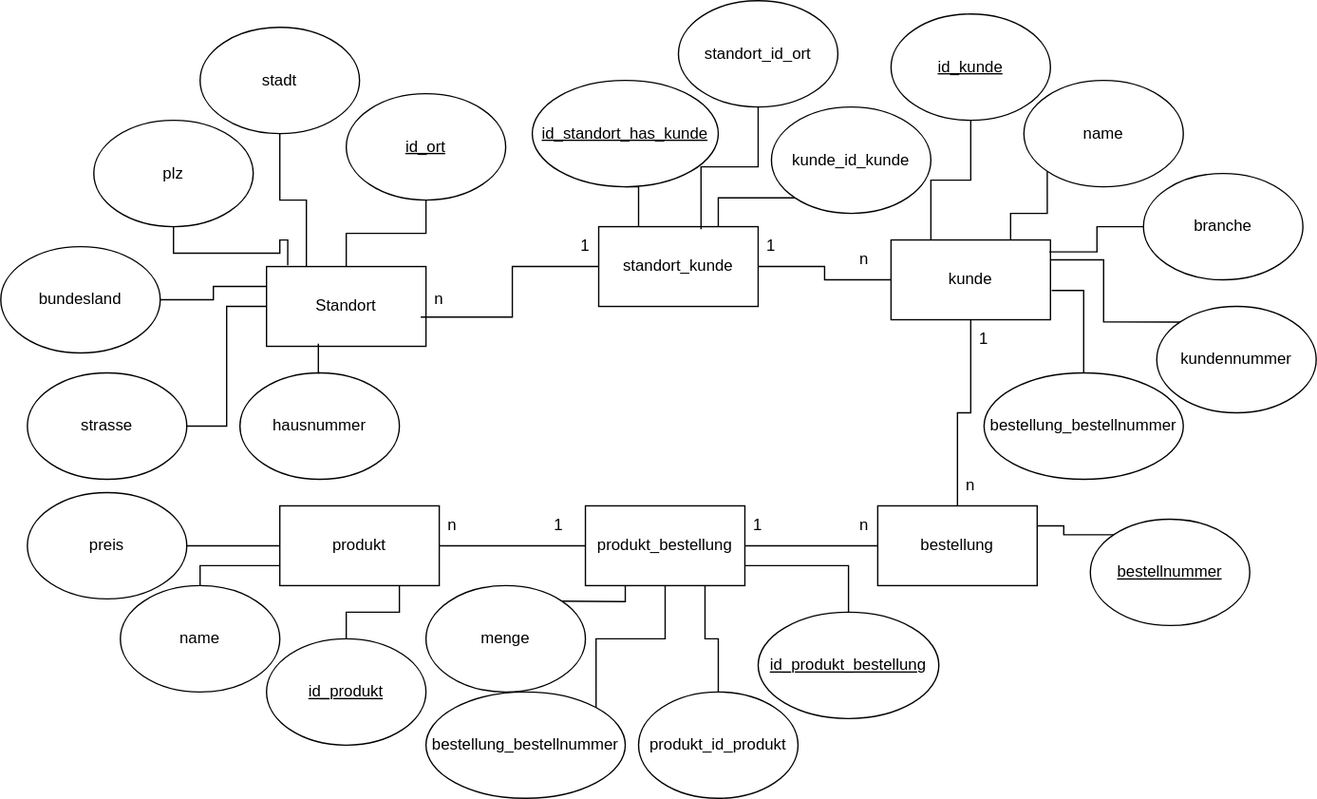
This is SAE_Projektarbeit.drawio.svg from ilIger-518/SAE_PK_SQL, a draw.io export, as it was before one commit. Source tidied: cells renumbered, new cells last; positions are measured from the earlier drawing's top-left corner, leaving out a move shared by most shapes.
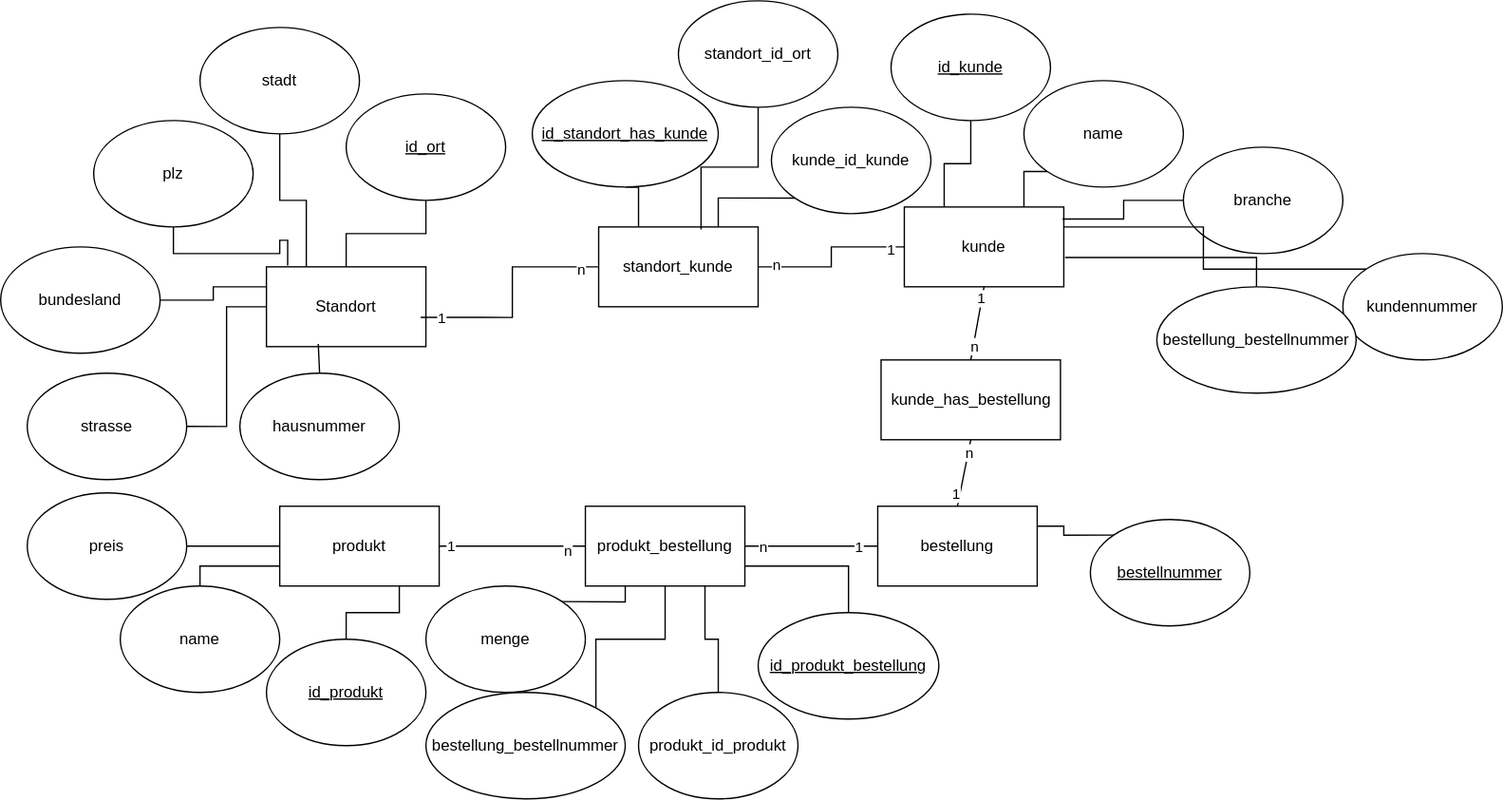
Above is the later version.

Change to the diagram source:
```diff
@@ -8,63 +8,54 @@
     <mxCell id="3" style="edgeStyle=orthogonalEdgeStyle;rounded=0;jettySize=auto;html=1;exitX=1;exitY=0.5;exitDx=0;exitDy=0;entryX=0;entryY=0.5;entryDx=0;entryDy=0;endArrow=none;endFill=0;" parent="1" edge="1" source="4" target="5">
       <mxGeometry relative="1" as="geometry" />
     </mxCell>
+    <mxCell id="67" value="1" style="edgeLabel;html=1;align=center;verticalAlign=middle;" parent="3" vertex="1">
+      <mxGeometry x="0.84" y="-1" relative="1" as="geometry" />
+    </mxCell>
+    <mxCell id="68" value="n" style="edgeLabel;html=1;align=center;verticalAlign=middle;" parent="3" vertex="1">
+      <mxGeometry x="-0.78" y="2" relative="1" as="geometry" />
+    </mxCell>
     <mxCell id="4" value="standort_kunde" style="whiteSpace=wrap;html=1;" parent="1" vertex="1">
       <mxGeometry x="450" y="170" width="120" height="60" as="geometry" />
     </mxCell>
     <mxCell id="5" value="kunde" style="whiteSpace=wrap;html=1;" parent="1" vertex="1">
-      <mxGeometry x="670" y="180" width="120" height="60" as="geometry" />
+      <mxGeometry x="680" y="155" width="120" height="60" as="geometry" />
     </mxCell>
     <mxCell id="6" style="edgeStyle=orthogonalEdgeStyle;rounded=0;jettySize=auto;html=1;exitX=1;exitY=0.5;exitDx=0;exitDy=0;entryX=0;entryY=0.5;entryDx=0;entryDy=0;startArrow=none;startFill=0;endArrow=none;endFill=0;" parent="1" edge="1" source="7" target="9">
       <mxGeometry relative="1" as="geometry" />
     </mxCell>
+    <mxCell id="69" value="1" style="edgeLabel;html=1;align=center;verticalAlign=middle;" parent="6" vertex="1">
+      <mxGeometry x="-0.85" y="1" relative="1" as="geometry" />
+    </mxCell>
+    <mxCell id="70" value="n" style="edgeLabel;html=1;align=center;verticalAlign=middle;" parent="6" vertex="1">
+      <mxGeometry x="0.76" y="-3" relative="1" as="geometry" />
+    </mxCell>
     <mxCell id="7" value="produkt" style="whiteSpace=wrap;html=1;" parent="1" vertex="1">
       <mxGeometry x="210" y="380" width="120" height="60" as="geometry" />
     </mxCell>
     <mxCell id="8" style="edgeStyle=orthogonalEdgeStyle;rounded=0;jettySize=auto;html=1;exitX=1;exitY=0.5;exitDx=0;exitDy=0;entryX=0;entryY=0.5;entryDx=0;entryDy=0;endArrow=none;endFill=0;" parent="1" edge="1" source="9" target="11">
       <mxGeometry relative="1" as="geometry" />
     </mxCell>
+    <mxCell id="71" value="n" style="edgeLabel;html=1;align=center;verticalAlign=middle;" parent="8" vertex="1">
+      <mxGeometry x="-0.72" relative="1" as="geometry" />
+    </mxCell>
+    <mxCell id="72" value="1" style="edgeLabel;html=1;align=center;verticalAlign=middle;" parent="8" vertex="1">
+      <mxGeometry x="0.71" relative="1" as="geometry" />
+    </mxCell>
     <mxCell id="9" value="produkt_bestellung" style="whiteSpace=wrap;html=1;" parent="1" vertex="1">
       <mxGeometry x="440" y="380" width="120" height="60" as="geometry" />
     </mxCell>
-    <mxCell id="10" style="edgeStyle=orthogonalEdgeStyle;rounded=0;jettySize=auto;html=1;exitX=0.5;exitY=0;exitDx=0;exitDy=0;entryX=0.5;entryY=1;entryDx=0;entryDy=0;endArrow=none;endFill=0;" parent="1" edge="1" source="11" target="5">
-      <mxGeometry relative="1" as="geometry" />
-    </mxCell>
     <mxCell id="11" value="bestellung" style="whiteSpace=wrap;html=1;" parent="1" vertex="1">
       <mxGeometry x="660" y="380" width="120" height="60" as="geometry" />
     </mxCell>
     <mxCell id="12" style="edgeStyle=orthogonalEdgeStyle;rounded=0;jettySize=auto;html=1;exitX=0;exitY=0.5;exitDx=0;exitDy=0;entryX=0.967;entryY=0.633;entryDx=0;entryDy=0;entryPerimeter=0;endArrow=none;endFill=0;" parent="1" edge="1" source="4" target="2">
       <mxGeometry relative="1" as="geometry" />
     </mxCell>
-    <mxCell id="13" value="n" style="text;html=1;whiteSpace=wrap;strokeColor=none;fillColor=none;align=center;verticalAlign=middle;rounded=0;" parent="1" vertex="1">
-      <mxGeometry x="300" y="210" width="60" height="30" as="geometry" />
-    </mxCell>
-    <mxCell id="14" value="1" style="text;html=1;whiteSpace=wrap;strokeColor=none;fillColor=none;align=center;verticalAlign=middle;rounded=0;" parent="1" vertex="1">
-      <mxGeometry x="410" y="170" width="60" height="30" as="geometry" />
-    </mxCell>
-    <mxCell id="15" value="1" style="text;html=1;whiteSpace=wrap;strokeColor=none;fillColor=none;align=center;verticalAlign=middle;rounded=0;" parent="1" vertex="1">
-      <mxGeometry x="550" y="170" width="60" height="30" as="geometry" />
-    </mxCell>
-    <mxCell id="16" value="n" style="text;html=1;whiteSpace=wrap;strokeColor=none;fillColor=none;align=center;verticalAlign=middle;rounded=0;" parent="1" vertex="1">
-      <mxGeometry x="620" y="180" width="60" height="30" as="geometry" />
-    </mxCell>
-    <mxCell id="17" value="1" style="text;html=1;whiteSpace=wrap;strokeColor=none;fillColor=none;align=center;verticalAlign=middle;rounded=0;" parent="1" vertex="1">
-      <mxGeometry x="710" y="240" width="60" height="30" as="geometry" />
-    </mxCell>
-    <mxCell id="18" value="n" style="text;html=1;whiteSpace=wrap;strokeColor=none;fillColor=none;align=center;verticalAlign=middle;rounded=0;" parent="1" vertex="1">
-      <mxGeometry x="700" y="350" width="60" height="30" as="geometry" />
-    </mxCell>
-    <mxCell id="19" value="n" style="text;html=1;whiteSpace=wrap;strokeColor=none;fillColor=none;align=center;verticalAlign=middle;rounded=0;" parent="1" vertex="1">
-      <mxGeometry x="620" y="380" width="60" height="30" as="geometry" />
-    </mxCell>
-    <mxCell id="20" value="1" style="text;html=1;whiteSpace=wrap;strokeColor=none;fillColor=none;align=center;verticalAlign=middle;rounded=0;" parent="1" vertex="1">
-      <mxGeometry x="540" y="380" width="60" height="30" as="geometry" />
-    </mxCell>
-    <mxCell id="21" value="n" style="text;html=1;whiteSpace=wrap;strokeColor=none;fillColor=none;align=center;verticalAlign=middle;rounded=0;" parent="1" vertex="1">
-      <mxGeometry x="310" y="380" width="60" height="30" as="geometry" />
-    </mxCell>
-    <mxCell id="22" value="1" style="text;html=1;whiteSpace=wrap;strokeColor=none;fillColor=none;align=center;verticalAlign=middle;rounded=0;" parent="1" vertex="1">
-      <mxGeometry x="390" y="380" width="60" height="30" as="geometry" />
-    </mxCell>
+    <mxCell id="73" value="1" style="edgeLabel;html=1;align=center;verticalAlign=middle;" parent="12" vertex="1">
+      <mxGeometry x="0.83" relative="1" as="geometry" />
+    </mxCell>
+    <mxCell id="74" value="n" style="edgeLabel;html=1;align=center;verticalAlign=middle;" parent="12" vertex="1">
+      <mxGeometry x="-0.84" y="1" relative="1" as="geometry" />
+    </mxCell>
     <mxCell id="23" style="edgeStyle=orthogonalEdgeStyle;rounded=0;jettySize=auto;html=1;exitX=0.5;exitY=1;exitDx=0;exitDy=0;entryX=0.5;entryY=0;entryDx=0;entryDy=0;endArrow=none;endFill=0;" parent="1" edge="1" source="24" target="2">
       <mxGeometry relative="1" as="geometry" />
     </mxCell>
@@ -132,19 +123,19 @@
       <mxGeometry x="770" y="60" width="120" height="80" as="geometry" />
     </mxCell>
     <mxCell id="45" value="branche" style="ellipse;whiteSpace=wrap;html=1;" parent="1" vertex="1">
-      <mxGeometry x="860" y="130" width="120" height="80" as="geometry" />
+      <mxGeometry x="890" y="110" width="120" height="80" as="geometry" />
     </mxCell>
     <mxCell id="46" style="edgeStyle=orthogonalEdgeStyle;rounded=0;jettySize=auto;html=1;exitX=0;exitY=0;exitDx=0;exitDy=0;entryX=1;entryY=0.25;entryDx=0;entryDy=0;endArrow=none;endFill=0;" parent="1" edge="1" source="47" target="5">
       <mxGeometry relative="1" as="geometry" />
     </mxCell>
     <mxCell id="47" value="kundennummer" style="ellipse;whiteSpace=wrap;html=1;" parent="1" vertex="1">
-      <mxGeometry x="870" y="230" width="120" height="80" as="geometry" />
+      <mxGeometry x="1010" y="190" width="120" height="80" as="geometry" />
     </mxCell>
     <mxCell id="48" style="edgeStyle=orthogonalEdgeStyle;rounded=0;jettySize=auto;html=1;exitX=0.5;exitY=0;exitDx=0;exitDy=0;entryX=1.008;entryY=0.633;entryDx=0;entryDy=0;entryPerimeter=0;endArrow=none;endFill=0;" parent="1" edge="1" source="49" target="5">
       <mxGeometry relative="1" as="geometry" />
     </mxCell>
     <mxCell id="49" value="bestellung_bestellnummer" style="ellipse;whiteSpace=wrap;html=1;" parent="1" vertex="1">
-      <mxGeometry x="740" y="280" width="150" height="80" as="geometry" />
+      <mxGeometry x="870" y="215" width="150" height="80" as="geometry" />
     </mxCell>
     <mxCell id="50" style="edgeStyle=orthogonalEdgeStyle;rounded=0;jettySize=auto;html=1;exitX=0;exitY=0.5;exitDx=0;exitDy=0;entryX=0.992;entryY=0.15;entryDx=0;entryDy=0;entryPerimeter=0;endArrow=none;endFill=0;" parent="1" edge="1" source="45" target="5">
       <mxGeometry relative="1" as="geometry" />
@@ -205,5 +196,28 @@
     <mxCell id="66" value="preis" style="ellipse;whiteSpace=wrap;html=1;" parent="1" vertex="1">
       <mxGeometry x="20" y="370" width="120" height="80" as="geometry" />
     </mxCell>
+    <mxCell id="75" value="kunde_has_bestellung" style="rounded=0;whiteSpace=wrap;html=1;" parent="1" vertex="1">
+      <mxGeometry x="662.5" y="270" width="135" height="60" as="geometry" />
+    </mxCell>
+    <mxCell id="76" style="endArrow=none;html=1;rounded=0;entryX=0.5;entryY=1;entryDx=0;entryDy=0;exitX=0.5;exitY=0;exitDx=0;exitDy=0;" parent="1" edge="1" source="75" target="5">
+      <mxGeometry relative="1" as="geometry" />
+    </mxCell>
+    <mxCell id="77" value="n" style="edgeLabel;html=1;align=center;verticalAlign=middle;" parent="76" vertex="1">
+      <mxGeometry x="-0.63" y="-1" relative="1" as="geometry" />
+    </mxCell>
+    <mxCell id="78" value="1" style="edgeLabel;html=1;align=center;verticalAlign=middle;" parent="76" vertex="1">
+      <mxGeometry x="0.68" relative="1" as="geometry">
+        <mxPoint x="-1" as="offset" />
+      </mxGeometry>
+    </mxCell>
+    <mxCell id="79" style="endArrow=none;html=1;rounded=0;exitX=0.5;exitY=0;exitDx=0;exitDy=0;entryX=0.5;entryY=1;entryDx=0;entryDy=0;" parent="1" edge="1" source="11" target="75">
+      <mxGeometry relative="1" as="geometry" />
+    </mxCell>
+    <mxCell id="80" value="n" style="edgeLabel;html=1;align=center;verticalAlign=middle;" parent="79" vertex="1">
+      <mxGeometry x="0.59" relative="1" as="geometry" />
+    </mxCell>
+    <mxCell id="81" value="1" style="edgeLabel;html=1;align=center;verticalAlign=middle;" parent="79" vertex="1">
+      <mxGeometry x="-0.62" y="3" relative="1" as="geometry" />
+    </mxCell>
   </root>
 </mxGraphModel>
```
